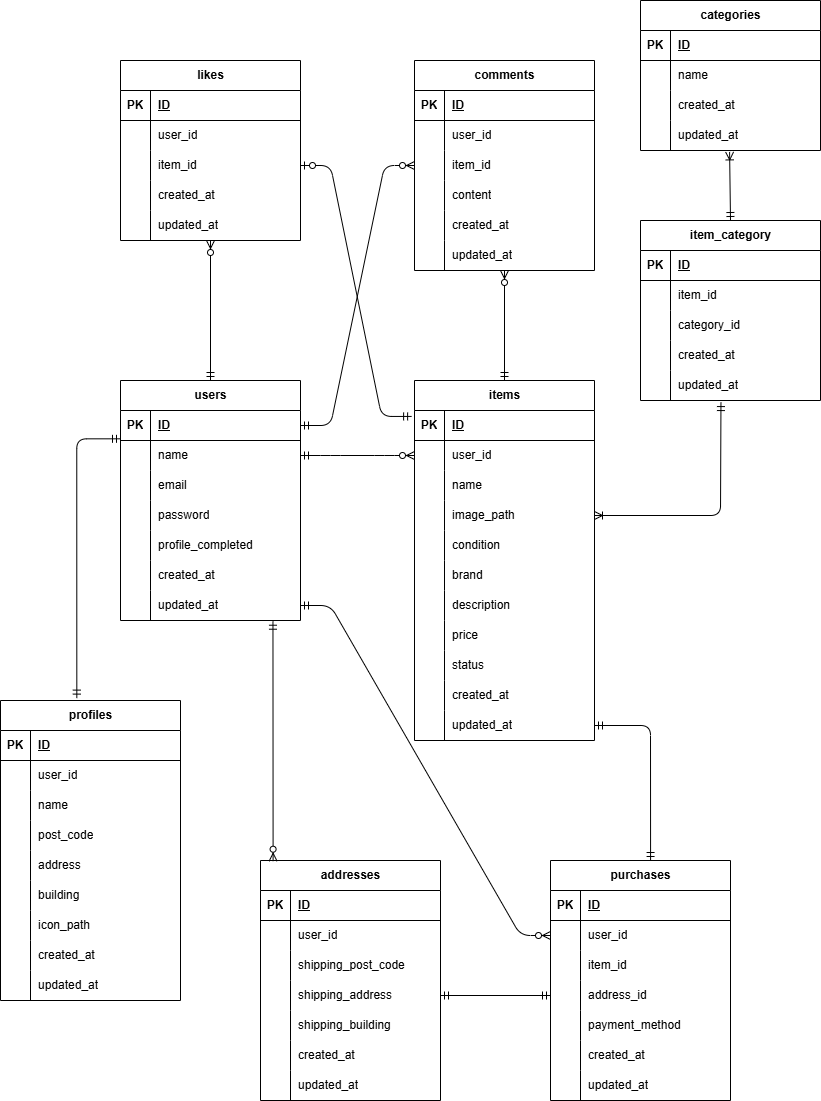
Before: flea-market-app.drawio.png, a diagram exported from draw.io (ikemi-yuki/flea-market-app). Source tidied: cells renumbered, new cells last; positions are measured from the earlier drawing's top-left corner, leaving out a move shared by most shapes.
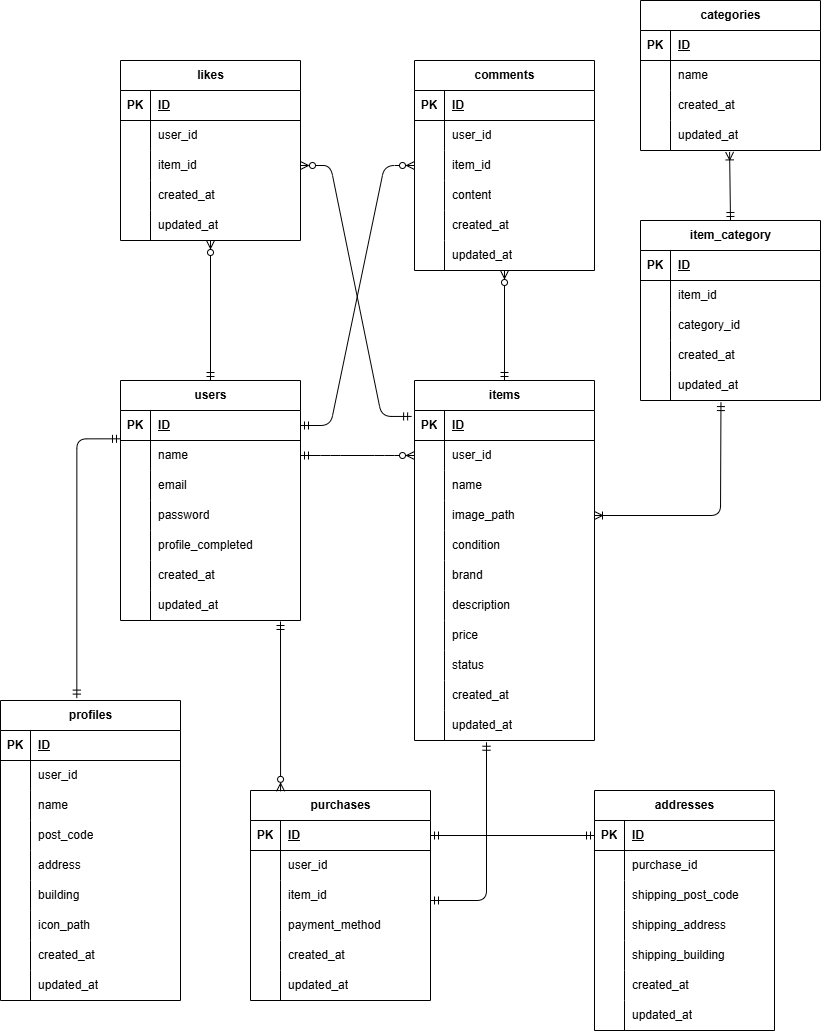
The same file after the commit.

Commit message:
ER図・README修正

Diff of the diagram source:
```diff
@@ -156,7 +156,7 @@
       <mxGeometry x="30" width="150" height="30" as="geometry" />
     </mxCell>
     <mxCell id="53" value="addresses" style="shape=table;startSize=30;rowLines=0;fontStyle=1;align=center;html=1;" parent="1" vertex="1">
-      <mxGeometry x="260" y="860" width="180" height="240" as="geometry" />
+      <mxGeometry x="594" y="790" width="180" height="240" as="geometry" />
     </mxCell>
     <mxCell id="54" style="shape=tableRow;horizontal=0;startSize=0;swimlaneHead=0;swimlaneBody=0;fillColor=none;points=[[0,0.5],[1,0.5]];portConstraint=eastwest;top=0;left=0;right=0;bottom=1;" parent="53" vertex="1">
       <mxGeometry y="30" width="180" height="30" as="geometry" />
@@ -173,7 +173,7 @@
     <mxCell id="58" style="shape=partialRectangle;fillColor=none;top=0;left=0;bottom=0;right=0;overflow=hidden;whiteSpace=wrap;html=1;" parent="57" vertex="1">
       <mxGeometry width="30" height="30" as="geometry" />
     </mxCell>
-    <mxCell id="59" value="user_id" style="shape=partialRectangle;fillColor=none;top=0;left=0;bottom=0;right=0;align=left;spacingLeft=6;overflow=hidden;whiteSpace=wrap;html=1;" parent="57" vertex="1">
+    <mxCell id="59" value="purchase_id" style="shape=partialRectangle;fillColor=none;top=0;left=0;bottom=0;right=0;align=left;spacingLeft=6;overflow=hidden;whiteSpace=wrap;html=1;" parent="57" vertex="1">
       <mxGeometry x="30" width="150" height="30" as="geometry" />
     </mxCell>
     <mxCell id="60" style="shape=tableRow;horizontal=0;startSize=0;swimlaneHead=0;swimlaneBody=0;fillColor=none;top=0;left=0;right=0;bottom=0;" parent="53" vertex="1">
@@ -306,7 +306,7 @@
       <mxGeometry x="30" width="150" height="30" as="geometry" />
     </mxCell>
     <mxCell id="103" value="purchases" style="shape=table;startSize=30;rowLines=0;fontStyle=1;align=center;html=1;" parent="1" vertex="1">
-      <mxGeometry x="550" y="860" width="180" height="240" as="geometry" />
+      <mxGeometry x="250" y="790" width="180" height="210" as="geometry" />
     </mxCell>
     <mxCell id="104" style="shape=tableRow;horizontal=0;startSize=0;swimlaneHead=0;swimlaneBody=0;fillColor=none;points=[[0,0.5],[1,0.5]];portConstraint=eastwest;top=0;left=0;right=0;bottom=1;" parent="103" vertex="1">
       <mxGeometry y="30" width="180" height="30" as="geometry" />
@@ -335,17 +335,8 @@
     <mxCell id="112" value="item_id" style="shape=partialRectangle;fillColor=none;top=0;left=0;bottom=0;right=0;align=left;spacingLeft=6;overflow=hidden;whiteSpace=wrap;html=1;" parent="110" vertex="1">
       <mxGeometry x="30" width="150" height="30" as="geometry" />
     </mxCell>
-    <mxCell id="113" style="shape=tableRow;horizontal=0;startSize=0;swimlaneHead=0;swimlaneBody=0;fillColor=none;points=[[0,0.5],[1,0.5]];portConstraint=eastwest;top=0;left=0;right=0;bottom=0;" parent="103" vertex="1">
-      <mxGeometry y="120" width="180" height="30" as="geometry" />
-    </mxCell>
-    <mxCell id="114" style="shape=partialRectangle;fillColor=none;top=0;left=0;bottom=0;right=0;overflow=hidden;whiteSpace=wrap;html=1;" parent="113" vertex="1">
-      <mxGeometry width="30" height="30" as="geometry" />
-    </mxCell>
-    <mxCell id="115" value="address_id" style="shape=partialRectangle;fillColor=none;top=0;left=0;bottom=0;right=0;align=left;spacingLeft=6;overflow=hidden;whiteSpace=wrap;html=1;" parent="113" vertex="1">
-      <mxGeometry x="30" width="150" height="30" as="geometry" />
-    </mxCell>
     <mxCell id="116" style="shape=tableRow;horizontal=0;startSize=0;swimlaneHead=0;swimlaneBody=0;fillColor=none;top=0;left=0;right=0;bottom=0;" parent="103" vertex="1">
-      <mxGeometry y="150" width="180" height="30" as="geometry" />
+      <mxGeometry y="120" width="180" height="30" as="geometry" />
     </mxCell>
     <mxCell id="117" style="shape=partialRectangle;fillColor=none;top=0;left=0;bottom=0;right=0;overflow=hidden;whiteSpace=wrap;html=1;" parent="116" vertex="1">
       <mxGeometry width="30" height="30" as="geometry" />
@@ -354,7 +345,7 @@
       <mxGeometry x="30" width="150" height="30" as="geometry" />
     </mxCell>
     <mxCell id="119" style="shape=tableRow;horizontal=0;startSize=0;swimlaneHead=0;swimlaneBody=0;fillColor=none;top=0;left=0;right=0;bottom=0;" parent="103" vertex="1">
-      <mxGeometry y="180" width="180" height="30" as="geometry" />
+      <mxGeometry y="150" width="180" height="30" as="geometry" />
     </mxCell>
     <mxCell id="120" style="shape=partialRectangle;fillColor=none;top=0;left=0;bottom=0;right=0;overflow=hidden;whiteSpace=wrap;html=1;" parent="119" vertex="1">
       <mxGeometry width="30" height="30" as="geometry" />
@@ -363,7 +354,7 @@
       <mxGeometry x="30" width="150" height="30" as="geometry" />
     </mxCell>
     <mxCell id="122" style="shape=tableRow;horizontal=0;startSize=0;swimlaneHead=0;swimlaneBody=0;fillColor=none;top=0;left=0;right=0;bottom=0;" parent="103" vertex="1">
-      <mxGeometry y="210" width="180" height="30" as="geometry" />
+      <mxGeometry y="180" width="180" height="30" as="geometry" />
     </mxCell>
     <mxCell id="123" style="shape=partialRectangle;fillColor=none;top=0;left=0;bottom=0;right=0;overflow=hidden;whiteSpace=wrap;html=1;" parent="122" vertex="1">
       <mxGeometry width="30" height="30" as="geometry" />
@@ -584,7 +575,7 @@
     <mxCell id="195" style="fontSize=12;html=1;endArrow=ERzeroToMany;startArrow=ERmandOne;exitX=0.5;exitY=0;exitDx=0;exitDy=0;" parent="1" edge="1" source="15" target="191">
       <mxGeometry relative="1" as="geometry" />
     </mxCell>
-    <mxCell id="196" style="edgeStyle=entityRelationEdgeStyle;fontSize=12;html=1;endArrow=ERzeroToOne;startArrow=ERmandOne;entryX=1;entryY=0.5;entryDx=0;entryDy=0;exitX=-0.016;exitY=0.198;exitDx=0;exitDy=0;exitPerimeter=0;" parent="1" edge="1" source="145" target="185">
+    <mxCell id="196" style="edgeStyle=entityRelationEdgeStyle;fontSize=12;html=1;endArrow=ERzeroToMany;startArrow=ERmandOne;entryX=1;entryY=0.5;entryDx=0;entryDy=0;exitX=-0.016;exitY=0.198;exitDx=0;exitDy=0;exitPerimeter=0;endFill=0;" parent="1" edge="1" source="145" target="185">
       <mxGeometry relative="1" as="geometry" />
     </mxCell>
     <mxCell id="197" style="edgeStyle=entityRelationEdgeStyle;fontSize=12;html=1;endArrow=ERzeroToMany;startArrow=ERmandOne;exitX=1;exitY=0.5;exitDx=0;exitDy=0;entryX=0;entryY=0.5;entryDx=0;entryDy=0;" parent="1" edge="1" source="19" target="148">
@@ -606,21 +597,21 @@
         </Array>
       </mxGeometry>
     </mxCell>
-    <mxCell id="202" style="fontSize=12;html=1;endArrow=ERmandOne;startArrow=ERmandOne;entryX=1;entryY=0.5;entryDx=0;entryDy=0;exitX=0.556;exitY=0;exitDx=0;exitDy=0;exitPerimeter=0;" parent="1" edge="1" source="103" target="175">
+    <mxCell id="202" style="fontSize=12;html=1;endArrow=ERmandOne;startArrow=ERmandOne;entryX=0.4;entryY=1.058;entryDx=0;entryDy=0;entryPerimeter=0;" parent="1" edge="1" target="175">
       <mxGeometry relative="1" as="geometry">
+        <mxPoint x="430" y="900" as="sourcePoint" />
         <Array as="points">
-          <mxPoint x="650" y="725" />
+          <mxPoint x="486" y="900" />
         </Array>
       </mxGeometry>
     </mxCell>
-    <mxCell id="203" style="edgeStyle=entityRelationEdgeStyle;fontSize=12;html=1;endArrow=ERzeroToMany;startArrow=ERmandOne;entryX=0;entryY=0.5;entryDx=0;entryDy=0;exitX=1;exitY=0.5;exitDx=0;exitDy=0;" parent="1" edge="1" source="34" target="107">
-      <mxGeometry relative="1" as="geometry" />
+    <mxCell id="203" style="fontSize=12;html=1;endArrow=ERzeroToMany;startArrow=ERmandOne;entryX=0.167;entryY=0.004;entryDx=0;entryDy=0;entryPerimeter=0;" parent="1" edge="1" target="103">
+      <mxGeometry relative="1" as="geometry">
+        <mxPoint x="280" y="621" as="sourcePoint" />
+      </mxGeometry>
     </mxCell>
-    <mxCell id="204" style="fontSize=12;html=1;endArrow=ERmandOne;startArrow=ERmandOne;exitX=1;exitY=0.5;exitDx=0;exitDy=0;entryX=0;entryY=0.5;entryDx=0;entryDy=0;" parent="1" edge="1" source="63" target="113">
+    <mxCell id="204" style="fontSize=12;html=1;endArrow=ERmandOne;startArrow=ERmandOne;exitX=0;exitY=0.5;exitDx=0;exitDy=0;entryX=1;entryY=0.5;entryDx=0;entryDy=0;" parent="1" edge="1" source="54" target="104">
       <mxGeometry relative="1" as="geometry" />
     </mxCell>
-    <mxCell id="205" style="fontSize=12;html=1;endArrow=ERzeroToMany;startArrow=ERmandOne;entryX=0.07;entryY=0.003;entryDx=0;entryDy=0;exitX=0.847;exitY=1.024;exitDx=0;exitDy=0;exitPerimeter=0;entryPerimeter=0;" parent="1" edge="1" source="34" target="53">
-      <mxGeometry relative="1" as="geometry" />
-    </mxCell>
   </root>
 </mxGraphModel>
```
